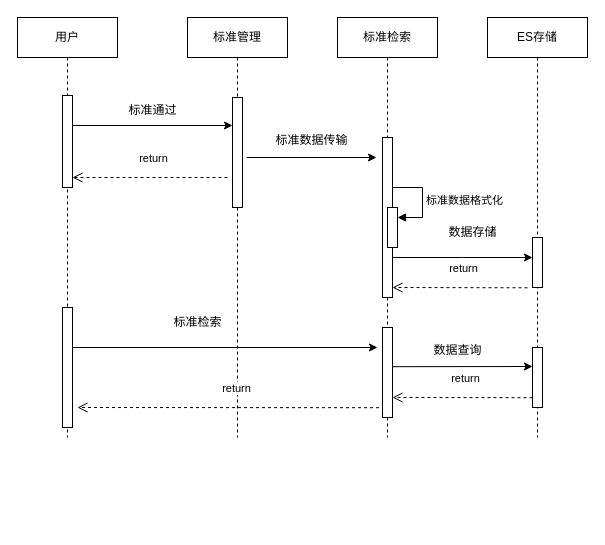
Earlier version of the draw.io diagram 设计相关/首页查询时序图.drawio (DemonHan/KuickBuy). Source tidied: cells renumbered, new cells numbered last; positions are measured from the earlier drawing's top-left corner, leaving out a move shared by most shapes. Both pictures are drawn from the tidied source at 100%, with x=0, y=0 at pixel (17, 17).
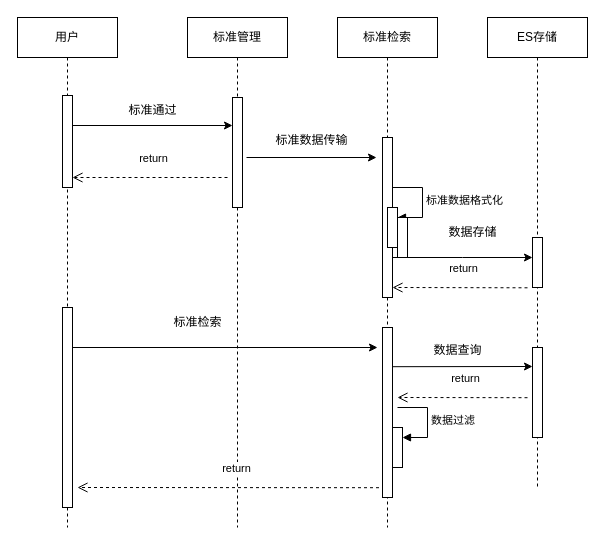
The same diagram, later.

Commit message:
更新首页查询时序图.drawio

Diff of the diagram source:
```diff
@@
     <mxCell id="3" value="标准管理" style="shape=umlLifeline;perimeter=lifelinePerimeter;whiteSpace=wrap;html=1;newEdgeStyle={&quot;edgeStyle&quot;:&quot;elbowEdgeStyle&quot;,&quot;elbow&quot;:&quot;vertical&quot;,&quot;curved&quot;:0,&quot;rounded&quot;:0};" parent="1" vertex="1">
-      <mxGeometry x="170" width="100" height="420" as="geometry" />
+      <mxGeometry x="170" width="100" height="510" as="geometry" />
     </mxCell>
@@
     <mxCell id="6" value="标准检索" style="shape=umlLifeline;perimeter=lifelinePerimeter;whiteSpace=wrap;html=1;newEdgeStyle={&quot;edgeStyle&quot;:&quot;elbowEdgeStyle&quot;,&quot;elbow&quot;:&quot;vertical&quot;,&quot;curved&quot;:0,&quot;rounded&quot;:0};" parent="1" vertex="1">
-      <mxGeometry x="320" width="100" height="420" as="geometry" />
+      <mxGeometry x="320" width="100" height="510" as="geometry" />
     </mxCell>
@@
     <mxCell id="10" style="html=1;perimeter=orthogonalPerimeter;targetShapes=umlLifeline;newEdgeStyle={&quot;edgeStyle&quot;:&quot;elbowEdgeStyle&quot;,&quot;elbow&quot;:&quot;vertical&quot;,&quot;curved&quot;:0,&quot;rounded&quot;:0};" parent="6" vertex="1">
-      <mxGeometry x="45" y="310" width="10" height="90" as="geometry" />
+      <mxGeometry x="45" y="310" width="10" height="170" as="geometry" />
     </mxCell>
+    <mxCell id="29" style="html=1;points=[];perimeter=orthogonalPerimeter;outlineConnect=0;targetShapes=umlLifeline;portConstraint=eastwest;newEdgeStyle={&quot;edgeStyle&quot;:&quot;elbowEdgeStyle&quot;,&quot;elbow&quot;:&quot;vertical&quot;,&quot;curved&quot;:0,&quot;rounded&quot;:0};" parent="6" vertex="1">
+      <mxGeometry x="55" y="410" width="10" height="40" as="geometry" />
+    </mxCell>
+    <mxCell id="30" value="数据过滤" style="html=1;align=left;spacingLeft=2;endArrow=block;rounded=0;edgeStyle=orthogonalEdgeStyle;curved=0;rounded=0;" parent="6" edge="1" target="29">
+      <mxGeometry relative="1" as="geometry">
+        <mxPoint x="60" y="390" as="sourcePoint" />
+        <Array as="points">
+          <mxPoint x="90" y="420" />
+        </Array>
+      </mxGeometry>
+    </mxCell>
@@
     <mxCell id="13" value="用户" style="shape=umlLifeline;perimeter=lifelinePerimeter;whiteSpace=wrap;html=1;newEdgeStyle={&quot;edgeStyle&quot;:&quot;elbowEdgeStyle&quot;,&quot;elbow&quot;:&quot;vertical&quot;,&quot;curved&quot;:0,&quot;rounded&quot;:0};" parent="1" vertex="1">
-      <mxGeometry width="100" height="420" as="geometry" />
+      <mxGeometry width="100" height="510" as="geometry" />
     </mxCell>
@@
     <mxCell id="15" style="html=1;perimeter=orthogonalPerimeter;targetShapes=umlLifeline;newEdgeStyle={&quot;edgeStyle&quot;:&quot;elbowEdgeStyle&quot;,&quot;elbow&quot;:&quot;vertical&quot;,&quot;curved&quot;:0,&quot;rounded&quot;:0};" parent="13" vertex="1">
-      <mxGeometry x="45" y="290" width="10" height="120" as="geometry" />
+      <mxGeometry x="45" y="290" width="10" height="200" as="geometry" />
     </mxCell>
     <mxCell id="16" value="ES存储" style="shape=umlLifeline;perimeter=lifelinePerimeter;whiteSpace=wrap;html=1;newEdgeStyle={&quot;edgeStyle&quot;:&quot;elbowEdgeStyle&quot;,&quot;elbow&quot;:&quot;vertical&quot;,&quot;curved&quot;:0,&quot;rounded&quot;:0};" parent="1" vertex="1">
-      <mxGeometry x="470" width="100" height="420" as="geometry" />
+      <mxGeometry x="470" width="100" height="470" as="geometry" />
     </mxCell>
@@
     <mxCell id="18" style="html=1;perimeter=orthogonalPerimeter;targetShapes=umlLifeline;newEdgeStyle={&quot;edgeStyle&quot;:&quot;elbowEdgeStyle&quot;,&quot;elbow&quot;:&quot;vertical&quot;,&quot;curved&quot;:0,&quot;rounded&quot;:0};" parent="16" vertex="1">
-      <mxGeometry x="45" y="330" width="10" height="60" as="geometry" />
+      <mxGeometry x="45" y="330" width="10" height="90" as="geometry" />
     </mxCell>
@@
-    <mxCell id="26" value="return" style="html=1;verticalAlign=bottom;endArrow=open;dashed=1;endSize=8;edgeStyle=elbowEdgeStyle;elbow=vertical;curved=0;rounded=0;entryX=1.5;entryY=0.778;entryDx=0;entryDy=0;entryPerimeter=0;" parent="1" edge="1">
-      <mxGeometry x="-0.05" y="-10" relative="1" as="geometry">
-        <mxPoint x="515" y="380.2" as="sourcePoint" />
-        <mxPoint x="375" y="380" as="targetPoint" />
+    <mxCell id="26" value="return" style="html=1;verticalAlign=bottom;endArrow=open;dashed=1;endSize=8;edgeStyle=elbowEdgeStyle;elbow=vertical;curved=0;rounded=0;" parent="1" edge="1">
+      <mxGeometry x="-0.04" y="-10" relative="1" as="geometry">
+        <mxPoint x="510" y="380.2" as="sourcePoint" />
+        <mxPoint x="380" y="380" as="targetPoint" />
       </mxGeometry>
     </mxCell>
     <mxCell id="27" value="return" style="html=1;verticalAlign=bottom;endArrow=open;dashed=1;endSize=8;edgeStyle=elbowEdgeStyle;elbow=vertical;curved=0;rounded=0;" parent="1" edge="1">
       <mxGeometry x="-0.05" y="-10" relative="1" as="geometry">
-        <mxPoint x="361.5" y="390.2" as="sourcePoint" />
-        <mxPoint x="60" y="390" as="targetPoint" />
+        <mxPoint x="361.5" y="470.2" as="sourcePoint" />
+        <mxPoint x="60" y="470" as="targetPoint" />
       </mxGeometry>
     </mxCell>
@@
+    <mxCell id="31" style="html=1;perimeter=orthogonalPerimeter;targetShapes=umlLifeline;newEdgeStyle={&quot;edgeStyle&quot;:&quot;elbowEdgeStyle&quot;,&quot;elbow&quot;:&quot;vertical&quot;,&quot;curved&quot;:0,&quot;rounded&quot;:0};" parent="1" vertex="1">
+      <mxGeometry x="380" y="200" width="10" height="40" as="geometry" />
+    </mxCell>
```
